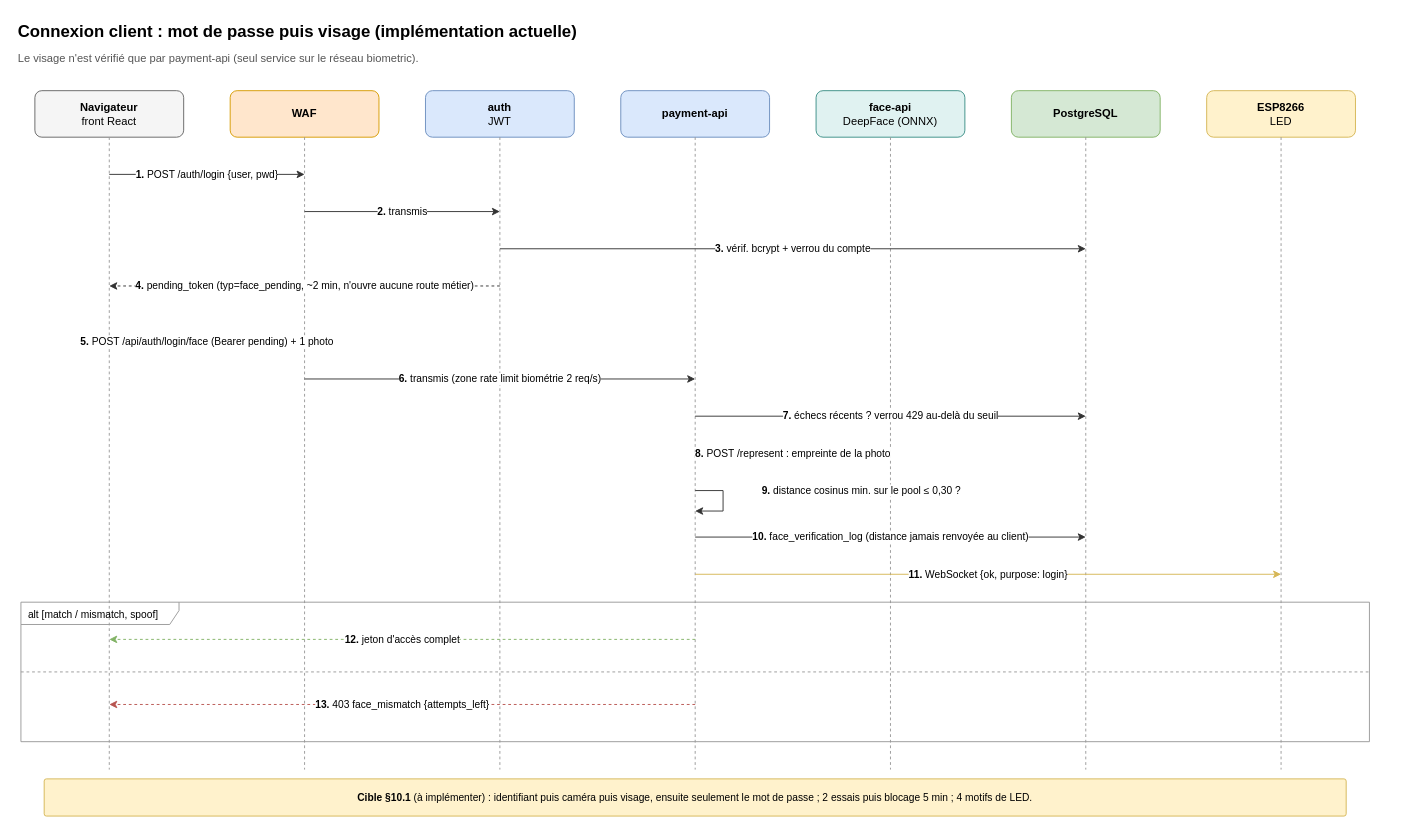
Rococo77/Workshop-26 keeps this draw.io diagram as page "Connexion" (2 of 3) of docs/diagrams/authentification.drawio. Above is the earlier version. Source tidied: cells renumbered, new cells numbered last; positions are measured from the earlier drawing's top-left corner, leaving out a move shared by most shapes. Both pictures are drawn from the tidied source at 93%, with x=0, y=0 at pixel (16, 16).
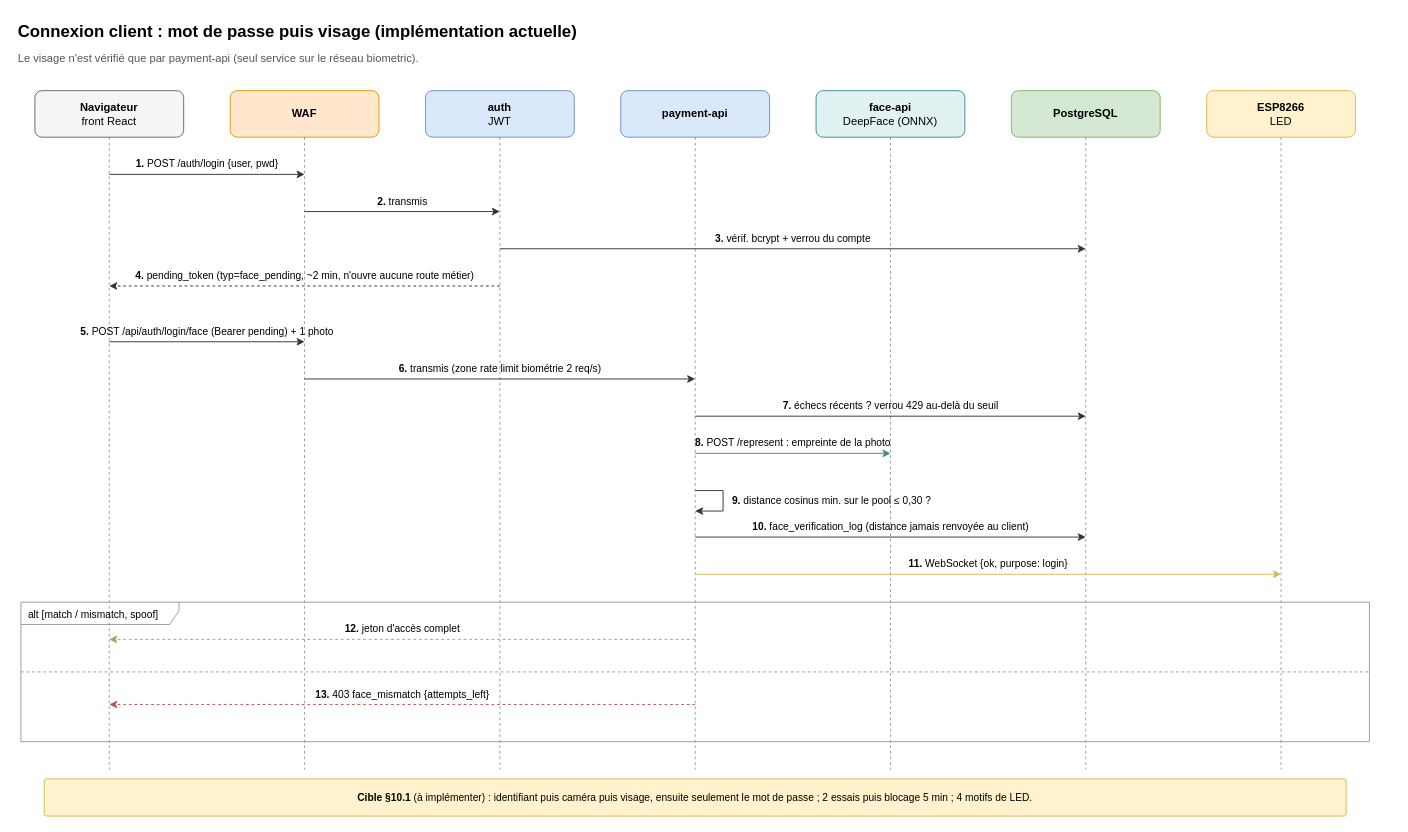
The same page after the edit.

What changed in the source:
```diff
@@
-    <mxCell id="18" value="&lt;b&gt;1.&lt;/b&gt; POST /auth/login {user, pwd}" style="html=1;fontSize=11;labelBackgroundColor=default;strokeColor=#333333;strokeWidth=1;endFill=1;" parent="1" edge="1">
+    <mxCell id="18" value="&lt;b&gt;1.&lt;/b&gt; POST /auth/login {user, pwd}" style="html=1;fontSize=11;labelBackgroundColor=default;strokeColor=#333333;strokeWidth=1;endFill=1;verticalAlign=bottom;labelBackgroundColor=none;spacingBottom=2;" parent="1" edge="1">
       <mxGeometry relative="1" as="geometry">
         <mxPoint x="100" y="170" as="sourcePoint" />
         <mxPoint x="310" y="170" as="targetPoint" />
       </mxGeometry>
     </mxCell>
-    <mxCell id="19" value="&lt;b&gt;2.&lt;/b&gt; transmis" style="html=1;fontSize=11;labelBackgroundColor=default;strokeColor=#333333;strokeWidth=1;endFill=1;" parent="1" edge="1">
+    <mxCell id="19" value="&lt;b&gt;2.&lt;/b&gt; transmis" style="html=1;fontSize=11;labelBackgroundColor=default;strokeColor=#333333;strokeWidth=1;endFill=1;verticalAlign=bottom;labelBackgroundColor=none;spacingBottom=2;" parent="1" edge="1">
       <mxGeometry relative="1" as="geometry">
         <mxPoint x="310" y="210" as="sourcePoint" />
         <mxPoint x="520" y="210" as="targetPoint" />
       </mxGeometry>
     </mxCell>
-    <mxCell id="20" value="&lt;b&gt;3.&lt;/b&gt; vérif. bcrypt + verrou du compte" style="html=1;fontSize=11;labelBackgroundColor=default;strokeColor=#333333;strokeWidth=1;endFill=1;" parent="1" edge="1">
+    <mxCell id="20" value="&lt;b&gt;3.&lt;/b&gt; vérif. bcrypt + verrou du compte" style="html=1;fontSize=11;labelBackgroundColor=default;strokeColor=#333333;strokeWidth=1;endFill=1;verticalAlign=bottom;labelBackgroundColor=none;spacingBottom=2;" parent="1" edge="1">
       <mxGeometry relative="1" as="geometry">
         <mxPoint x="520" y="250" as="sourcePoint" />
         <mxPoint x="1150" y="250" as="targetPoint" />
       </mxGeometry>
     </mxCell>
-    <mxCell id="21" value="&lt;b&gt;4.&lt;/b&gt; pending_token (typ=face_pending, ~2 min, n'ouvre aucune route métier)" style="html=1;fontSize=11;labelBackgroundColor=default;strokeColor=#333333;strokeWidth=1;endFill=1;dashed=1;" parent="1" edge="1">
+    <mxCell id="21" value="&lt;b&gt;4.&lt;/b&gt; pending_token (typ=face_pending, ~2 min, n'ouvre aucune route métier)" style="html=1;fontSize=11;labelBackgroundColor=default;strokeColor=#333333;strokeWidth=1;endFill=1;dashed=1;verticalAlign=bottom;labelBackgroundColor=none;spacingBottom=2;" parent="1" edge="1">
       <mxGeometry relative="1" as="geometry">
         <mxPoint x="520" y="290" as="sourcePoint" />
         <mxPoint x="100" y="290" as="targetPoint" />
       </mxGeometry>
     </mxCell>
-    <mxCell id="22" value="&lt;b&gt;5.&lt;/b&gt; POST /api/auth/login/face (Bearer pending) + 1 photo" style="html=1;fontSize=11;labelBackgroundColor=default;strokeColor=#333333;strokeWidth=1;endFill=1;" parent="1" edge="1">
+    <mxCell id="22" value="&lt;b&gt;5.&lt;/b&gt; POST /api/auth/login/face (Bearer pending) + 1 photo" style="html=1;fontSize=11;labelBackgroundColor=default;strokeColor=#333333;strokeWidth=1;endFill=1;verticalAlign=bottom;labelBackgroundColor=none;spacingBottom=2;" parent="1" edge="1">
       <mxGeometry relative="1" as="geometry">
         <mxPoint x="100" y="350" as="sourcePoint" />
         <mxPoint x="310" y="350" as="targetPoint" />
       </mxGeometry>
     </mxCell>
-    <mxCell id="23" value="&lt;b&gt;6.&lt;/b&gt; transmis (zone rate limit biométrie 2 req/s)" style="html=1;fontSize=11;labelBackgroundColor=default;strokeColor=#333333;strokeWidth=1;endFill=1;" parent="1" edge="1">
+    <mxCell id="23" value="&lt;b&gt;6.&lt;/b&gt; transmis (zone rate limit biométrie 2 req/s)" style="html=1;fontSize=11;labelBackgroundColor=default;strokeColor=#333333;strokeWidth=1;endFill=1;verticalAlign=bottom;labelBackgroundColor=none;spacingBottom=2;" parent="1" edge="1">
       <mxGeometry relative="1" as="geometry">
         <mxPoint x="310" y="390" as="sourcePoint" />
         <mxPoint x="730" y="390" as="targetPoint" />
       </mxGeometry>
     </mxCell>
-    <mxCell id="24" value="&lt;b&gt;7.&lt;/b&gt; échecs récents ? verrou 429 au-delà du seuil" style="html=1;fontSize=11;labelBackgroundColor=default;strokeColor=#333333;strokeWidth=1;endFill=1;" parent="1" edge="1">
+    <mxCell id="24" value="&lt;b&gt;7.&lt;/b&gt; échecs récents ? verrou 429 au-delà du seuil" style="html=1;fontSize=11;labelBackgroundColor=default;strokeColor=#333333;strokeWidth=1;endFill=1;verticalAlign=bottom;labelBackgroundColor=none;spacingBottom=2;" parent="1" edge="1">
       <mxGeometry relative="1" as="geometry">
         <mxPoint x="730" y="430" as="sourcePoint" />
         <mxPoint x="1150" y="430" as="targetPoint" />
       </mxGeometry>
     </mxCell>
-    <mxCell id="25" value="&lt;b&gt;8.&lt;/b&gt; POST /represent : empreinte de la photo" style="html=1;fontSize=11;labelBackgroundColor=default;strokeColor=#3b8f86;strokeWidth=1;endFill=1;" parent="1" edge="1">
+    <mxCell id="25" value="&lt;b&gt;8.&lt;/b&gt; POST /represent : empreinte de la photo" style="html=1;fontSize=11;labelBackgroundColor=default;strokeColor=#3b8f86;strokeWidth=1;endFill=1;verticalAlign=bottom;labelBackgroundColor=none;spacingBottom=2;" parent="1" edge="1">
       <mxGeometry relative="1" as="geometry">
         <mxPoint x="730" y="470" as="sourcePoint" />
         <mxPoint x="940" y="470" as="targetPoint" />
       </mxGeometry>
     </mxCell>
-    <mxCell id="26" value="&lt;b&gt;9.&lt;/b&gt; distance cosinus min. sur le pool ≤ 0,30 ?" style="html=1;fontSize=11;align=left;labelBackgroundColor=default;strokeColor=#333333;endFill=1;edgeStyle=orthogonalEdgeStyle;rounded=0;" parent="1" edge="1">
+    <mxCell id="26" style="html=1;strokeColor=#333333;endFill=1;edgeStyle=orthogonalEdgeStyle;rounded=0;" parent="1" edge="1">
       <mxGeometry relative="1" as="geometry">
         <mxPoint x="730" y="510" as="sourcePoint" />
         <mxPoint x="730" y="532" as="targetPoint" />
         <Array as="points">
           <mxPoint x="760" y="510" />
           <mxPoint x="760" y="532" />
         </Array>
-        <mxPoint x="40" y="-11" as="offset" />
       </mxGeometry>
     </mxCell>
-    <mxCell id="27" value="&lt;b&gt;10.&lt;/b&gt; face_verification_log (distance jamais renvoyée au client)" style="html=1;fontSize=11;labelBackgroundColor=default;strokeColor=#333333;strokeWidth=1;endFill=1;" parent="1" edge="1">
-      <mxGeometry relative="1" as="geometry">
-        <mxPoint x="730" y="560" as="sourcePoint" />
-        <mxPoint x="1150" y="560" as="targetPoint" />
-      </mxGeometry>
-    </mxCell>
+    <mxCell id="34" value="&lt;b&gt;9.&lt;/b&gt; distance cosinus min. sur le pool ≤ 0,30 ?" style="text;html=1;whiteSpace=wrap;align=left;verticalAlign=top;fontSize=11;verticalAlign=middle;" parent="1" vertex="1">
+      <mxGeometry x="768" y="509" width="420" height="24" as="geometry" />
+    </mxCell>
-    <mxCell id="28" value="&lt;b&gt;11.&lt;/b&gt; WebSocket {ok, purpose: login}" style="html=1;fontSize=11;labelBackgroundColor=default;strokeColor=#d6b656;strokeWidth=1;endFill=1;" parent="1" edge="1">
+    <mxCell id="28" value="&lt;b&gt;10.&lt;/b&gt; face_verification_log (distance jamais renvoyée au client)" style="html=1;fontSize=11;labelBackgroundColor=default;strokeColor=#333333;strokeWidth=1;endFill=1;verticalAlign=bottom;labelBackgroundColor=none;spacingBottom=2;" parent="1" edge="1">
       <mxGeometry relative="1" as="geometry">
-        <mxPoint x="730" y="600" as="sourcePoint" />
-        <mxPoint x="1360" y="600" as="targetPoint" />
+        <mxPoint x="730" y="560" as="sourcePoint" />
+        <mxPoint x="1150" y="560" as="targetPoint" />
       </mxGeometry>
     </mxCell>
+    <mxCell id="35" value="&lt;b&gt;11.&lt;/b&gt; WebSocket {ok, purpose: login}" style="html=1;fontSize=11;labelBackgroundColor=default;strokeColor=#d6b656;strokeWidth=1;endFill=1;verticalAlign=bottom;labelBackgroundColor=none;spacingBottom=2;" parent="1" edge="1">
+      <mxGeometry relative="1" as="geometry">
+        <mxPoint x="730" y="600" as="sourcePoint" />
+        <mxPoint x="1360" y="600" as="targetPoint" />
+      </mxGeometry>
+    </mxCell>
@@
-    <mxCell id="30" value="&lt;b&gt;12.&lt;/b&gt; jeton d'accès complet" style="html=1;fontSize=11;labelBackgroundColor=default;strokeColor=#82b366;strokeWidth=1;endFill=1;dashed=1;" parent="1" edge="1">
-      <mxGeometry relative="1" as="geometry">
-        <mxPoint x="730" y="670" as="sourcePoint" />
-        <mxPoint x="100" y="670" as="targetPoint" />
-      </mxGeometry>
-    </mxCell>
-    <mxCell id="31" style="html=1;fontSize=11;labelBackgroundColor=default;strokeColor=#999999;strokeWidth=1;endFill=1;dashed=1;endArrow=none;" parent="1" edge="1">
+    <mxCell id="31" value="&lt;b&gt;12.&lt;/b&gt; jeton d'accès complet" style="html=1;fontSize=11;labelBackgroundColor=default;strokeColor=#82b366;strokeWidth=1;endFill=1;dashed=1;verticalAlign=bottom;labelBackgroundColor=none;spacingBottom=2;" parent="1" edge="1">
       <mxGeometry relative="1" as="geometry">
-        <mxPoint x="5" y="705" as="sourcePoint" />
-        <mxPoint x="1455" y="705" as="targetPoint" />
+        <mxPoint x="730" y="670" as="sourcePoint" />
+        <mxPoint x="100" y="670" as="targetPoint" />
       </mxGeometry>
     </mxCell>
-    <mxCell id="32" value="&lt;b&gt;13.&lt;/b&gt; 403 face_mismatch {attempts_left}" style="html=1;fontSize=11;labelBackgroundColor=default;strokeColor=#b85450;strokeWidth=1;endFill=1;dashed=1;" parent="1" edge="1">
+    <mxCell id="32" style="html=1;fontSize=11;labelBackgroundColor=default;strokeColor=#999999;strokeWidth=1;endFill=1;dashed=1;endArrow=none;" parent="1" edge="1">
       <mxGeometry relative="1" as="geometry">
-        <mxPoint x="730" y="740" as="sourcePoint" />
-        <mxPoint x="100" y="740" as="targetPoint" />
+        <mxPoint x="5" y="705" as="sourcePoint" />
+        <mxPoint x="1455" y="705" as="targetPoint" />
       </mxGeometry>
     </mxCell>
+    <mxCell id="36" value="&lt;b&gt;13.&lt;/b&gt; 403 face_mismatch {attempts_left}" style="html=1;fontSize=11;labelBackgroundColor=default;strokeColor=#b85450;strokeWidth=1;endFill=1;dashed=1;verticalAlign=bottom;labelBackgroundColor=none;spacingBottom=2;" parent="1" edge="1">
+      <mxGeometry relative="1" as="geometry">
+        <mxPoint x="730" y="740" as="sourcePoint" />
+        <mxPoint x="100" y="740" as="targetPoint" />
+      </mxGeometry>
+    </mxCell>
```
